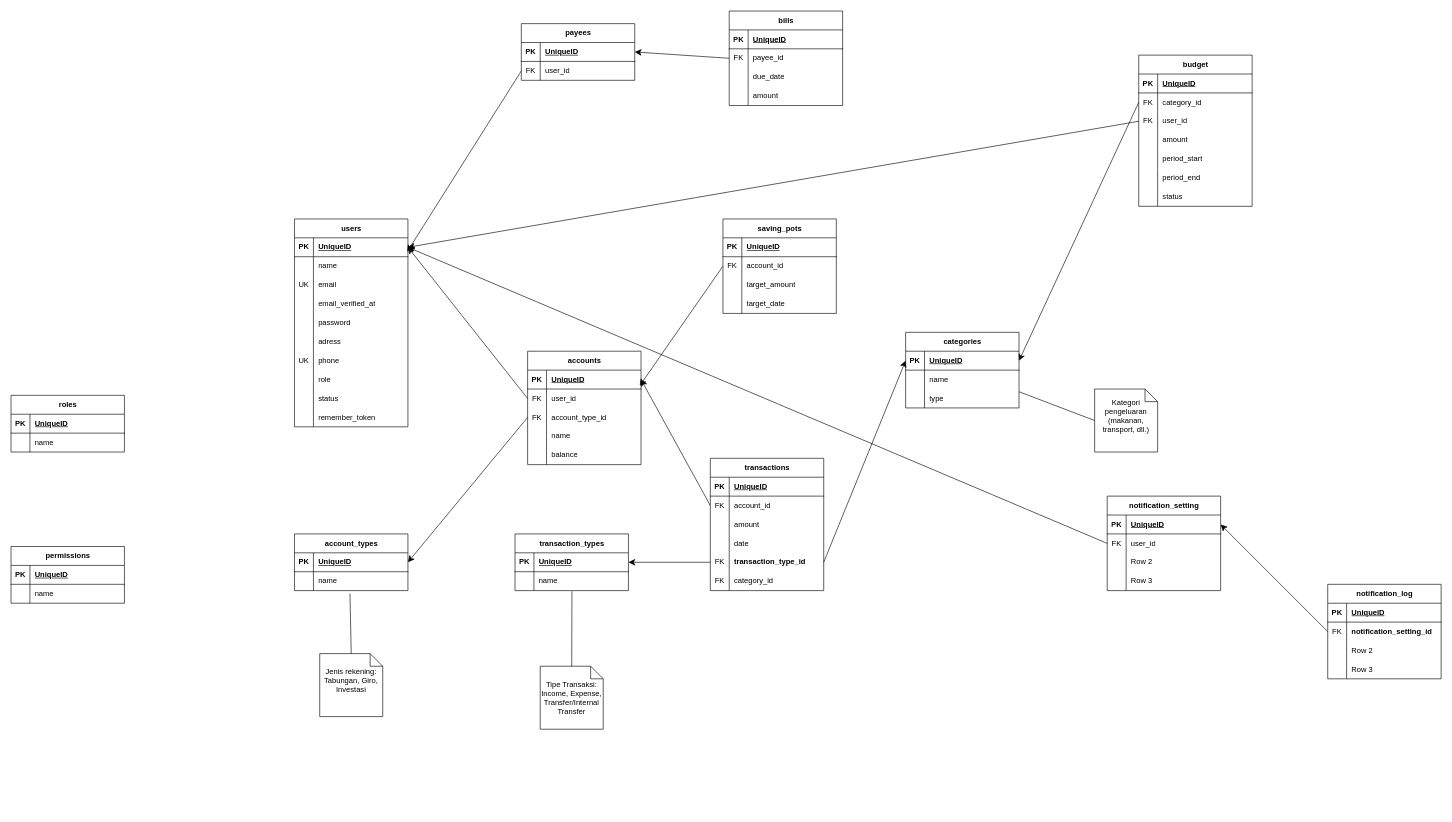
Above: ERD.drawio in ApanyaClay/backendify (draw.io), before the change. Source tidied: cells renumbered, new cells numbered last; positions are measured from the earlier drawing's top-left corner, leaving out a move shared by most shapes. Both pictures are drawn from the tidied source at 63%, with x=0, y=0 at pixel (11, 11).
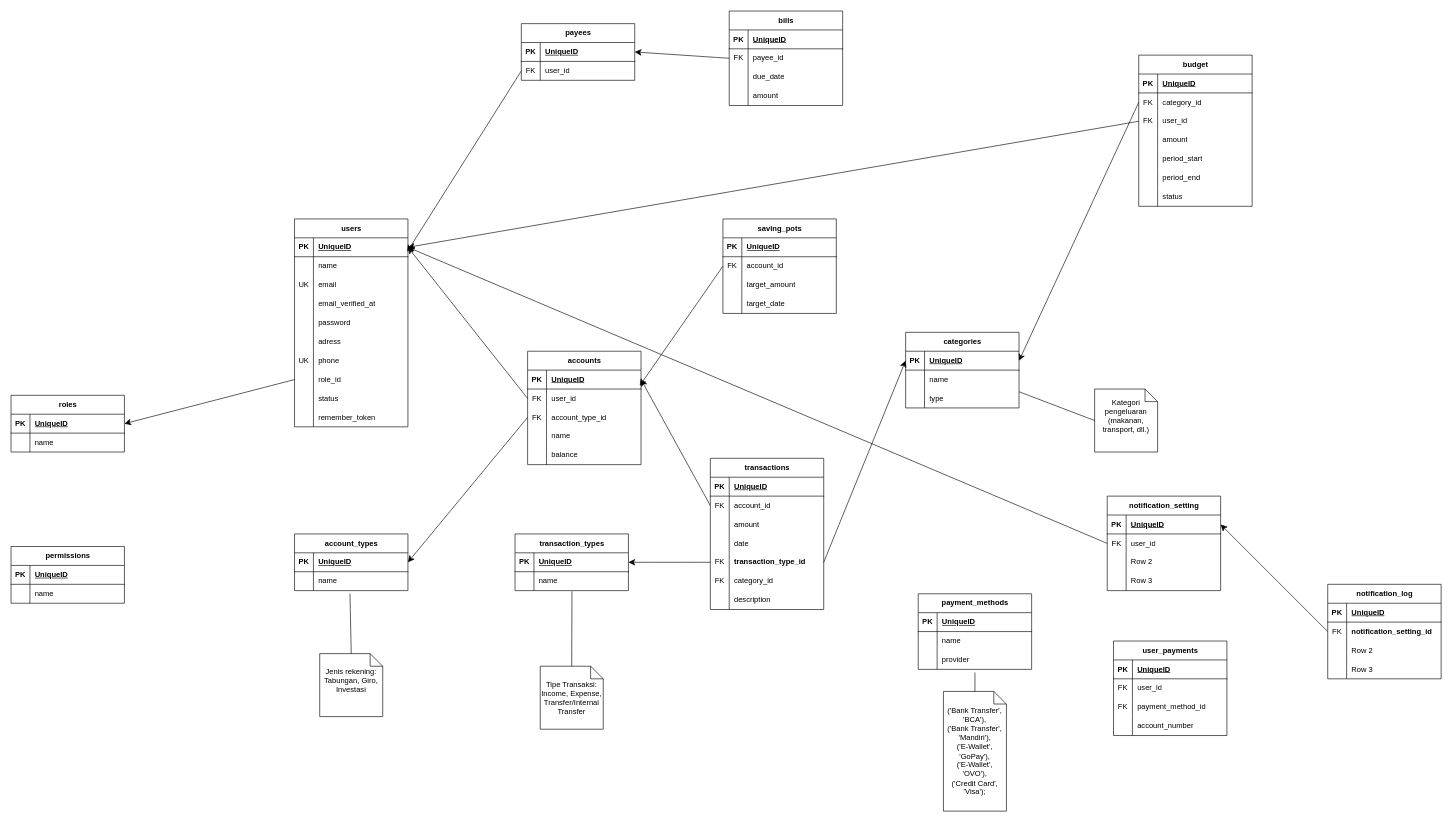
After the change.

The change refers to these unchanged cells:
```xml
<mxCell id="24" style="shape=tableRow;horizontal=0;startSize=0;swimlaneHead=0;swimlaneBody=0;fillColor=none;points=[[0,0.5],[1,0.5]];portConstraint=eastwest;top=0;left=0;right=0;bottom=0;" parent="2" vertex="1">
  <mxGeometry y="240" width="180" height="30" as="geometry" />
</mxCell>
<mxCell id="160" style="shape=tableRow;horizontal=0;startSize=0;swimlaneHead=0;swimlaneBody=0;fillColor=none;points=[[0,0.5],[1,0.5]];portConstraint=eastwest;top=0;left=0;right=0;bottom=1;" parent="159" vertex="1">
  <mxGeometry y="30" width="180" height="30" as="geometry" />
</mxCell>
```

Diff of the diagram source:
```diff
@@
-    <mxCell id="26" value="role" style="shape=partialRectangle;fillColor=none;top=0;left=0;bottom=0;right=0;align=left;spacingLeft=6;overflow=hidden;whiteSpace=wrap;html=1;" parent="24" vertex="1">
+    <mxCell id="26" value="role_id" style="shape=partialRectangle;fillColor=none;top=0;left=0;bottom=0;right=0;align=left;spacingLeft=6;overflow=hidden;whiteSpace=wrap;html=1;" parent="24" vertex="1">
       <mxGeometry x="30" width="150" height="30" as="geometry" />
     </mxCell>
@@
     <mxCell id="56" value="transactions" style="shape=table;startSize=30;childLayout=tableLayout;rowLines=0;fontStyle=1;align=center;html=1;" parent="1" vertex="1">
-      <mxGeometry x="1110" y="710" width="180" height="210" as="geometry" />
+      <mxGeometry x="1110" y="710" width="180" height="240" as="geometry" />
     </mxCell>
@@
+    <mxCell id="205" style="shape=tableRow;horizontal=0;startSize=0;swimlaneHead=0;swimlaneBody=0;fillColor=none;top=0;left=0;right=0;bottom=0;" parent="56" vertex="1">
+      <mxGeometry y="210" width="180" height="30" as="geometry" />
+    </mxCell>
+    <mxCell id="206" style="shape=partialRectangle;fillColor=none;top=0;left=0;bottom=0;right=0;overflow=hidden;whiteSpace=wrap;html=1;" parent="205" vertex="1">
+      <mxGeometry width="30" height="30" as="geometry" />
+    </mxCell>
+    <mxCell id="207" value="description" style="shape=partialRectangle;fillColor=none;top=0;left=0;bottom=0;right=0;align=left;spacingLeft=6;overflow=hidden;whiteSpace=wrap;html=1;" parent="205" vertex="1">
+      <mxGeometry x="30" width="150" height="30" as="geometry" />
+    </mxCell>
@@
+    <mxCell id="208" style="edgeStyle=none;curved=1;rounded=0;jettySize=auto;html=1;exitX=0;exitY=0.5;exitDx=0;exitDy=0;entryX=1;entryY=0.5;entryDx=0;entryDy=0;fontSize=12;startSize=8;endSize=8;" parent="1" edge="1" source="24" target="160">
+      <mxGeometry relative="1" as="geometry" />
+    </mxCell>
+    <mxCell id="209" value="payment_methods" style="shape=table;startSize=30;childLayout=tableLayout;rowLines=0;fontStyle=1;align=center;html=1;" parent="1" vertex="1">
+      <mxGeometry x="1440" y="925" width="180" height="120" as="geometry" />
+    </mxCell>
+    <mxCell id="210" style="shape=tableRow;horizontal=0;startSize=0;swimlaneHead=0;swimlaneBody=0;fillColor=none;top=0;left=0;right=0;bottom=1;" parent="209" vertex="1">
+      <mxGeometry y="30" width="180" height="30" as="geometry" />
+    </mxCell>
+    <mxCell id="211" value="PK" style="shape=partialRectangle;fillColor=none;top=0;left=0;bottom=0;right=0;fontStyle=1;overflow=hidden;whiteSpace=wrap;html=1;" parent="210" vertex="1">
+      <mxGeometry width="30" height="30" as="geometry" />
+    </mxCell>
+    <mxCell id="212" value="UniqueID" style="shape=partialRectangle;fillColor=none;top=0;left=0;bottom=0;right=0;align=left;spacingLeft=6;fontStyle=5;overflow=hidden;whiteSpace=wrap;html=1;" parent="210" vertex="1">
+      <mxGeometry x="30" width="150" height="30" as="geometry" />
+    </mxCell>
+    <mxCell id="213" style="shape=tableRow;horizontal=0;startSize=0;swimlaneHead=0;swimlaneBody=0;fillColor=none;top=0;left=0;right=0;bottom=0;" parent="209" vertex="1">
+      <mxGeometry y="60" width="180" height="30" as="geometry" />
+    </mxCell>
+    <mxCell id="214" style="shape=partialRectangle;fillColor=none;top=0;left=0;bottom=0;right=0;overflow=hidden;whiteSpace=wrap;html=1;" parent="213" vertex="1">
+      <mxGeometry width="30" height="30" as="geometry" />
+    </mxCell>
+    <mxCell id="215" value="name" style="shape=partialRectangle;fillColor=none;top=0;left=0;bottom=0;right=0;align=left;spacingLeft=6;overflow=hidden;whiteSpace=wrap;html=1;" parent="213" vertex="1">
+      <mxGeometry x="30" width="150" height="30" as="geometry" />
+    </mxCell>
+    <mxCell id="216" style="shape=tableRow;horizontal=0;startSize=0;swimlaneHead=0;swimlaneBody=0;fillColor=none;top=0;left=0;right=0;bottom=0;" parent="209" vertex="1">
+      <mxGeometry y="90" width="180" height="30" as="geometry" />
+    </mxCell>
+    <mxCell id="217" style="shape=partialRectangle;fillColor=none;top=0;left=0;bottom=0;right=0;overflow=hidden;whiteSpace=wrap;html=1;" parent="216" vertex="1">
+      <mxGeometry width="30" height="30" as="geometry" />
+    </mxCell>
+    <mxCell id="218" value="provider" style="shape=partialRectangle;fillColor=none;top=0;left=0;bottom=0;right=0;align=left;spacingLeft=6;overflow=hidden;whiteSpace=wrap;html=1;" parent="216" vertex="1">
+      <mxGeometry x="30" width="150" height="30" as="geometry" />
+    </mxCell>
+    <mxCell id="219" value="&lt;div&gt;('Bank Transfer', 'BCA'),&lt;/div&gt;&lt;div&gt;('Bank Transfer', 'Mandiri'),&lt;/div&gt;&lt;div&gt;('E-Wallet', 'GoPay'),&lt;/div&gt;&lt;div&gt;('E-Wallet', 'OVO'),&lt;/div&gt;&lt;div&gt;('Credit Card', 'Visa');&lt;/div&gt;" style="shape=note;size=20;whiteSpace=wrap;html=1;" parent="1" vertex="1">
+      <mxGeometry x="1480" y="1080" width="100" height="190" as="geometry" />
+    </mxCell>
+    <mxCell id="220" style="endArrow=none;html=1;rounded=0;fontSize=12;startSize=8;endSize=8;curved=1;entryX=0.5;entryY=0;entryDx=0;entryDy=0;entryPerimeter=0;" parent="1" edge="1" target="219">
+      <mxGeometry relative="1" as="geometry">
+        <mxPoint x="1530" y="1050" as="sourcePoint" />
+      </mxGeometry>
+    </mxCell>
+    <mxCell id="221" value="user_payments" style="shape=table;startSize=30;childLayout=tableLayout;rowLines=0;fontStyle=1;align=center;html=1;" parent="1" vertex="1">
+      <mxGeometry x="1750" y="1000" width="180" height="150" as="geometry" />
+    </mxCell>
+    <mxCell id="222" style="shape=tableRow;horizontal=0;startSize=0;swimlaneHead=0;swimlaneBody=0;fillColor=none;top=0;left=0;right=0;bottom=1;" parent="221" vertex="1">
+      <mxGeometry y="30" width="180" height="30" as="geometry" />
+    </mxCell>
+    <mxCell id="223" value="PK" style="shape=partialRectangle;fillColor=none;top=0;left=0;bottom=0;right=0;fontStyle=1;overflow=hidden;whiteSpace=wrap;html=1;" parent="222" vertex="1">
+      <mxGeometry width="30" height="30" as="geometry" />
+    </mxCell>
+    <mxCell id="224" value="UniqueID" style="shape=partialRectangle;fillColor=none;top=0;left=0;bottom=0;right=0;align=left;spacingLeft=6;fontStyle=5;overflow=hidden;whiteSpace=wrap;html=1;" parent="222" vertex="1">
+      <mxGeometry x="30" width="150" height="30" as="geometry" />
+    </mxCell>
+    <mxCell id="225" style="shape=tableRow;horizontal=0;startSize=0;swimlaneHead=0;swimlaneBody=0;fillColor=none;top=0;left=0;right=0;bottom=0;" parent="221" vertex="1">
+      <mxGeometry y="60" width="180" height="30" as="geometry" />
+    </mxCell>
+    <mxCell id="226" value="FK" style="shape=partialRectangle;fillColor=none;top=0;left=0;bottom=0;right=0;overflow=hidden;whiteSpace=wrap;html=1;" parent="225" vertex="1">
+      <mxGeometry width="30" height="30" as="geometry" />
+    </mxCell>
+    <mxCell id="227" value="user_id" style="shape=partialRectangle;fillColor=none;top=0;left=0;bottom=0;right=0;align=left;spacingLeft=6;overflow=hidden;whiteSpace=wrap;html=1;" parent="225" vertex="1">
+      <mxGeometry x="30" width="150" height="30" as="geometry" />
+    </mxCell>
+    <mxCell id="228" style="shape=tableRow;horizontal=0;startSize=0;swimlaneHead=0;swimlaneBody=0;fillColor=none;top=0;left=0;right=0;bottom=0;" parent="221" vertex="1">
+      <mxGeometry y="90" width="180" height="30" as="geometry" />
+    </mxCell>
+    <mxCell id="229" value="FK" style="shape=partialRectangle;fillColor=none;top=0;left=0;bottom=0;right=0;overflow=hidden;whiteSpace=wrap;html=1;" parent="228" vertex="1">
+      <mxGeometry width="30" height="30" as="geometry" />
+    </mxCell>
+    <mxCell id="230" value="payment_method_id" style="shape=partialRectangle;fillColor=none;top=0;left=0;bottom=0;right=0;align=left;spacingLeft=6;overflow=hidden;whiteSpace=wrap;html=1;" parent="228" vertex="1">
+      <mxGeometry x="30" width="150" height="30" as="geometry" />
+    </mxCell>
+    <mxCell id="231" style="shape=tableRow;horizontal=0;startSize=0;swimlaneHead=0;swimlaneBody=0;fillColor=none;top=0;left=0;right=0;bottom=0;" parent="221" vertex="1">
+      <mxGeometry y="120" width="180" height="30" as="geometry" />
+    </mxCell>
+    <mxCell id="232" style="shape=partialRectangle;fillColor=none;top=0;left=0;bottom=0;right=0;overflow=hidden;whiteSpace=wrap;html=1;" parent="231" vertex="1">
+      <mxGeometry width="30" height="30" as="geometry" />
+    </mxCell>
+    <mxCell id="233" value="account_number" style="shape=partialRectangle;fillColor=none;top=0;left=0;bottom=0;right=0;align=left;spacingLeft=6;overflow=hidden;whiteSpace=wrap;html=1;" parent="231" vertex="1">
+      <mxGeometry x="30" width="150" height="30" as="geometry" />
+    </mxCell>
```
